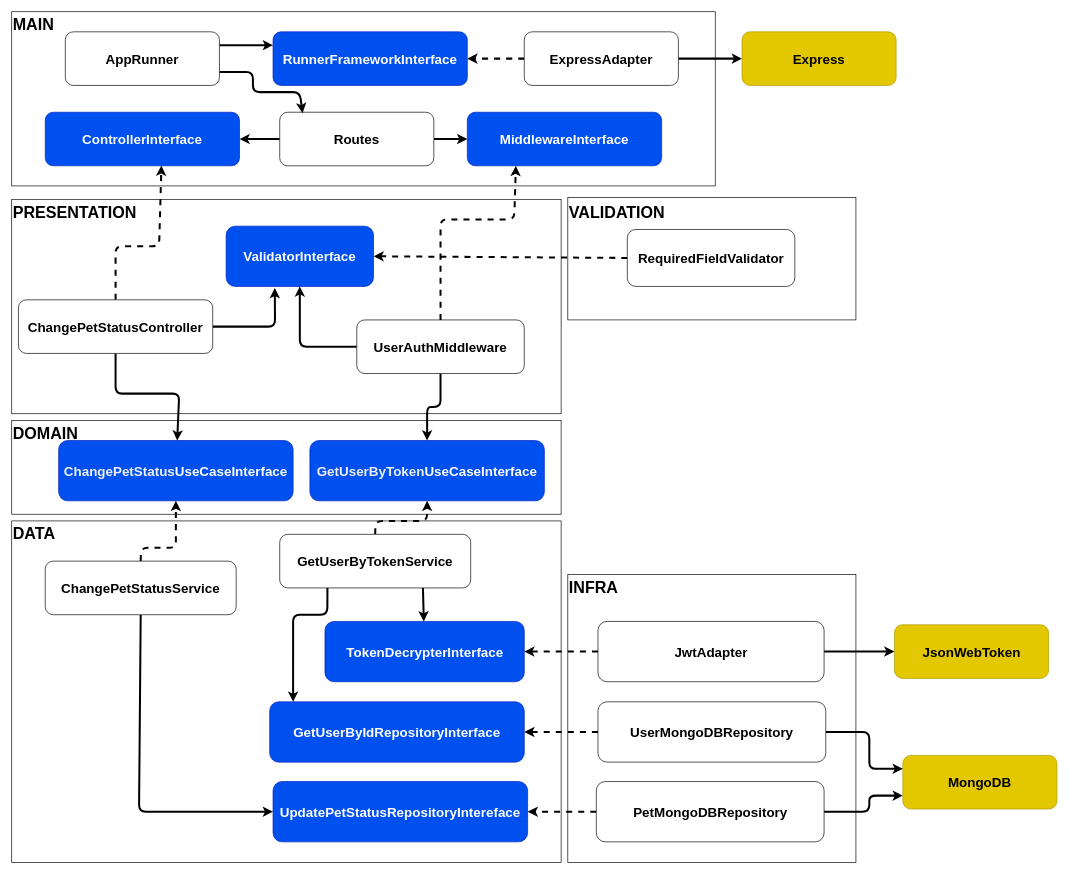
Before: diagrams/drawio/change-pet-status.drawio in DouglasVolcato/pet-adoption-backend, a draw.io diagram. Source tidied: cells renumbered, new cells numbered last; positions are measured from the earlier drawing's top-left corner, leaving out a move shared by most shapes. Both pictures are drawn from the tidied source at 67%, with x=0, y=0 at pixel (11, 11).
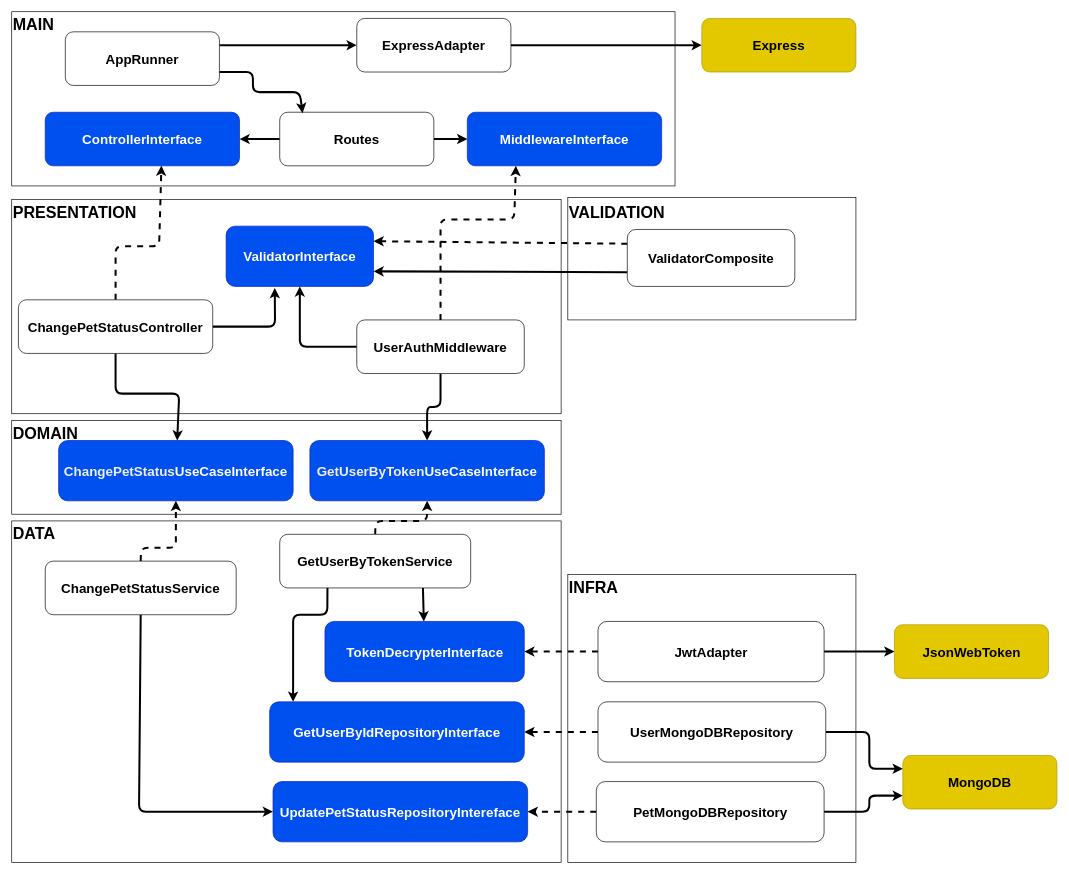
The same diagram, later.

Unchanged cells that the change refers to:
```xml
<mxCell id="22" value="AppRunner" style="rounded=1;whiteSpace=wrap;html=1;fontSize=20;fontStyle=1;" parent="1" vertex="1">
  <mxGeometry x="80" y="30" width="230" height="80" as="geometry" />
</mxCell>
<mxCell id="33" value="ValidatorInterface" style="rounded=1;whiteSpace=wrap;html=1;fillColor=#0050ef;fontColor=#ffffff;strokeColor=#001DBC;fontSize=20;fontStyle=1;" parent="1" vertex="1">
  <mxGeometry x="320" y="320" width="220" height="90" as="geometry" />
</mxCell>
```

Diff of the diagram source:
```diff
@@
     <mxCell id="7" style="rounded=0;whiteSpace=wrap;html=1;fontSize=20;fontStyle=1;" parent="1" vertex="1">
-      <mxGeometry width="1050" height="260" as="geometry" />
+      <mxGeometry width="990" height="260" as="geometry" />
     </mxCell>
@@
-    <mxCell id="20" style="edgeStyle=none;html=1;exitX=1;exitY=0.25;exitDx=0;exitDy=0;entryX=0;entryY=0.25;entryDx=0;entryDy=0;strokeWidth=3;fontSize=20;fontStyle=1;" parent="1" edge="1" source="22" target="23">
+    <mxCell id="20" style="edgeStyle=none;html=1;exitX=1;exitY=0.25;exitDx=0;exitDy=0;entryX=0;entryY=0.5;entryDx=0;entryDy=0;strokeWidth=3;fontSize=20;fontStyle=1;" parent="1" edge="1" source="22" target="26">
       <mxGeometry relative="1" as="geometry" />
     </mxCell>
@@
-    <mxCell id="23" value="RunnerFrameworkInterface" style="rounded=1;whiteSpace=wrap;html=1;fontSize=20;fillColor=#0050ef;fontColor=#ffffff;strokeColor=#001DBC;fontStyle=1;" parent="1" vertex="1">
-      <mxGeometry x="390" y="30" width="290" height="80" as="geometry" />
-    </mxCell>
@@
-    <mxCell id="25" style="edgeStyle=none;html=1;exitX=0;exitY=0.5;exitDx=0;exitDy=0;entryX=1;entryY=0.5;entryDx=0;entryDy=0;dashed=1;strokeWidth=3;fontSize=20;" parent="1" edge="1" source="26" target="23">
-      <mxGeometry relative="1" as="geometry" />
-    </mxCell>
     <mxCell id="26" value="ExpressAdapter" style="rounded=1;whiteSpace=wrap;html=1;fontSize=20;fontStyle=1;" parent="1" vertex="1">
-      <mxGeometry x="765" y="30" width="230" height="80" as="geometry" />
+      <mxGeometry x="515" y="10" width="230" height="80" as="geometry" />
     </mxCell>
     <mxCell id="27" value="Express" style="rounded=1;whiteSpace=wrap;html=1;fontSize=20;fillColor=#e3c800;fontColor=#000000;strokeColor=#B09500;fontStyle=1;" parent="1" vertex="1">
-      <mxGeometry x="1090" y="30" width="230" height="80" as="geometry" />
+      <mxGeometry x="1030" y="10" width="230" height="80" as="geometry" />
     </mxCell>
@@
-    <mxCell id="34" style="edgeStyle=none;html=1;exitX=0;exitY=0.5;exitDx=0;exitDy=0;entryX=1;entryY=0.5;entryDx=0;entryDy=0;strokeWidth=3;dashed=1;" parent="1" edge="1" source="35" target="33">
+    <mxCell id="34" style="edgeStyle=none;html=1;exitX=0;exitY=0.25;exitDx=0;exitDy=0;entryX=1;entryY=0.25;entryDx=0;entryDy=0;strokeWidth=3;dashed=1;" parent="1" edge="1" source="35" target="33">
       <mxGeometry relative="1" as="geometry" />
     </mxCell>
+    <mxCell id="61" style="edgeStyle=none;html=1;exitX=0;exitY=0.75;exitDx=0;exitDy=0;entryX=1;entryY=0.75;entryDx=0;entryDy=0;strokeWidth=3;" parent="1" edge="1" source="35" target="33">
+      <mxGeometry relative="1" as="geometry" />
+    </mxCell>
-    <mxCell id="35" value="RequiredFieldValidator" style="rounded=1;whiteSpace=wrap;html=1;fontSize=20;fontStyle=1;" parent="1" vertex="1">
+    <mxCell id="35" value="ValidatorComposite" style="rounded=1;whiteSpace=wrap;html=1;fontSize=20;fontStyle=1;" parent="1" vertex="1">
       <mxGeometry x="918.8" y="325" width="250" height="85" as="geometry" />
     </mxCell>
```
